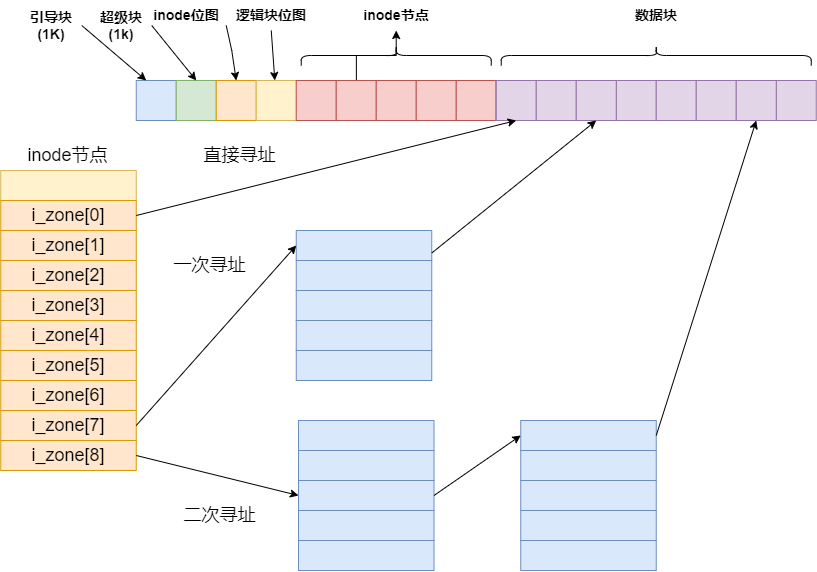
zgjsxx/static-img-repo keeps this draw.io diagram as blog/Linux/Linux-0.11-fs/inode_search_address.png. Above is the earlier version. Source tidied: cells renumbered, new cells last; positions are measured from the earlier drawing's top-left corner, leaving out a move shared by most shapes.
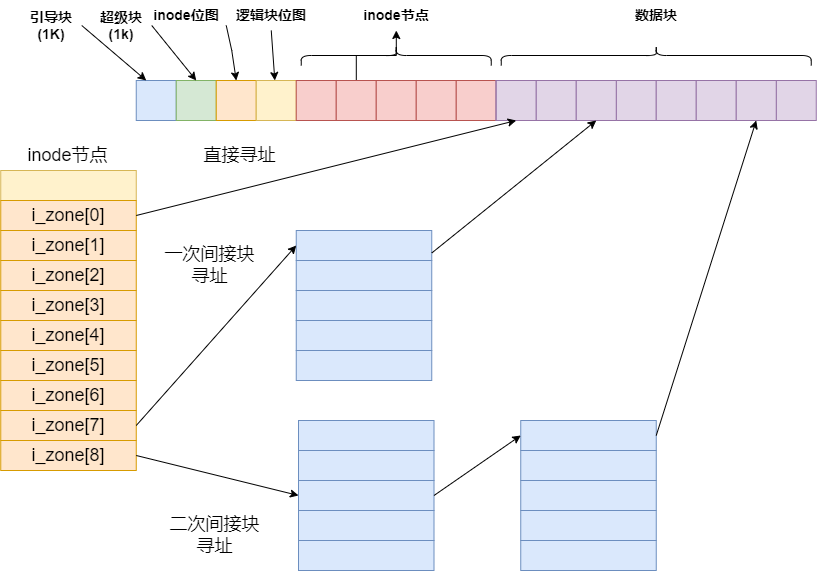
The same diagram one commit later.

The edit, as a diff of the source:
```diff
@@ -71,14 +71,14 @@
     <mxCell id="24" value="&lt;font style=&quot;font-size: 14px;&quot;&gt;&lt;b&gt;数据块&lt;/b&gt;&lt;/font&gt;" style="text;strokeColor=none;align=center;fillColor=none;html=1;verticalAlign=middle;whiteSpace=wrap;rounded=0;" parent="1" vertex="1">
       <mxGeometry x="625.8" y="100" width="60" height="30" as="geometry" />
     </mxCell>
-    <mxCell id="25" style="endArrow=classic;html=1;rounded=0;entryX=0.5;entryY=0;entryDx=0;entryDy=0;exitX=1;exitY=0.5;exitDx=0;exitDy=0;" parent="1" edge="1" target="15">
-      <mxGeometry relative="1" as="geometry">
-        <mxPoint x="225.8" y="125" as="sourcePoint" />
-        <Array as="points">
-          <mxPoint x="231.2" y="150" />
-        </Array>
-      </mxGeometry>
-    </mxCell>
+    <mxCell id="74" style="endArrow=classic;html=1;rounded=0;entryX=0.5;entryY=0;entryDx=0;entryDy=0;exitX=1;exitY=0.5;exitDx=0;exitDy=0;" parent="1" edge="1" target="15">
+      <mxGeometry relative="1" as="geometry">
+        <mxPoint x="225.8" y="125" as="sourcePoint" />
+        <Array as="points">
+          <mxPoint x="231.2" y="150" />
+        </Array>
+      </mxGeometry>
+    </mxCell>
     <mxCell id="26" style="endArrow=classic;html=1;rounded=0;exitX=0.5;exitY=1;exitDx=0;exitDy=0;" parent="1" edge="1" source="22" target="16">
       <mxGeometry relative="1" as="geometry" />
     </mxCell>
@@ -103,39 +103,39 @@
     <mxCell id="33" style="shape=curlyBracket;whiteSpace=wrap;html=1;rounded=1;labelPosition=left;verticalLabelPosition=middle;align=right;verticalAlign=middle;rotation=90;" parent="1" vertex="1">
       <mxGeometry x="385.8" y="60" width="20" height="190" as="geometry" />
     </mxCell>
-    <mxCell id="34" style="rounded=0;whiteSpace=wrap;html=1;fillColor=#e1d5e7;strokeColor=#9673a6;" parent="1" vertex="1">
-      <mxGeometry x="495.8" y="180" width="40" height="40" as="geometry" />
-    </mxCell>
-    <mxCell id="35" style="rounded=0;whiteSpace=wrap;html=1;fillColor=#e1d5e7;strokeColor=#9673a6;" parent="1" vertex="1">
-      <mxGeometry x="535.8" y="180" width="40" height="40" as="geometry" />
-    </mxCell>
-    <mxCell id="36" style="rounded=0;whiteSpace=wrap;html=1;fillColor=#e1d5e7;strokeColor=#9673a6;" parent="1" vertex="1">
-      <mxGeometry x="575.8" y="180" width="40" height="40" as="geometry" />
-    </mxCell>
+    <mxCell id="75" style="rounded=0;whiteSpace=wrap;html=1;fillColor=#e1d5e7;strokeColor=#9673a6;" parent="1" vertex="1">
+      <mxGeometry x="495.8" y="180" width="40" height="40" as="geometry" />
+    </mxCell>
+    <mxCell id="76" style="rounded=0;whiteSpace=wrap;html=1;fillColor=#e1d5e7;strokeColor=#9673a6;" parent="1" vertex="1">
+      <mxGeometry x="535.8" y="180" width="40" height="40" as="geometry" />
+    </mxCell>
+    <mxCell id="77" style="rounded=0;whiteSpace=wrap;html=1;fillColor=#e1d5e7;strokeColor=#9673a6;" parent="1" vertex="1">
+      <mxGeometry x="575.8" y="180" width="40" height="40" as="geometry" />
+    </mxCell>
     <mxCell id="37" style="rounded=0;whiteSpace=wrap;html=1;fillColor=#e1d5e7;strokeColor=#9673a6;" parent="1" vertex="1">
       <mxGeometry x="615.8" y="180" width="40" height="40" as="geometry" />
     </mxCell>
-    <mxCell id="38" style="rounded=0;whiteSpace=wrap;html=1;fillColor=#e1d5e7;strokeColor=#9673a6;" parent="1" vertex="1">
-      <mxGeometry x="495.8" y="180" width="40" height="40" as="geometry" />
-    </mxCell>
-    <mxCell id="39" style="rounded=0;whiteSpace=wrap;html=1;fillColor=#e1d5e7;strokeColor=#9673a6;" parent="1" vertex="1">
-      <mxGeometry x="535.8" y="180" width="40" height="40" as="geometry" />
-    </mxCell>
-    <mxCell id="40" style="rounded=0;whiteSpace=wrap;html=1;fillColor=#e1d5e7;strokeColor=#9673a6;" parent="1" vertex="1">
-      <mxGeometry x="495.8" y="180" width="40" height="40" as="geometry" />
-    </mxCell>
-    <mxCell id="41" style="rounded=0;whiteSpace=wrap;html=1;fillColor=#e1d5e7;strokeColor=#9673a6;" parent="1" vertex="1">
-      <mxGeometry x="535.8" y="180" width="40" height="40" as="geometry" />
-    </mxCell>
-    <mxCell id="42" style="rounded=0;whiteSpace=wrap;html=1;fillColor=#e1d5e7;strokeColor=#9673a6;" parent="1" vertex="1">
-      <mxGeometry x="495.8" y="180" width="40" height="40" as="geometry" />
-    </mxCell>
-    <mxCell id="43" style="rounded=0;whiteSpace=wrap;html=1;fillColor=#e1d5e7;strokeColor=#9673a6;" parent="1" vertex="1">
-      <mxGeometry x="535.8" y="180" width="40" height="40" as="geometry" />
-    </mxCell>
-    <mxCell id="44" style="rounded=0;whiteSpace=wrap;html=1;fillColor=#e1d5e7;strokeColor=#9673a6;" parent="1" vertex="1">
-      <mxGeometry x="575.8" y="180" width="40" height="40" as="geometry" />
-    </mxCell>
+    <mxCell id="78" style="rounded=0;whiteSpace=wrap;html=1;fillColor=#e1d5e7;strokeColor=#9673a6;" parent="1" vertex="1">
+      <mxGeometry x="495.8" y="180" width="40" height="40" as="geometry" />
+    </mxCell>
+    <mxCell id="79" style="rounded=0;whiteSpace=wrap;html=1;fillColor=#e1d5e7;strokeColor=#9673a6;" parent="1" vertex="1">
+      <mxGeometry x="535.8" y="180" width="40" height="40" as="geometry" />
+    </mxCell>
+    <mxCell id="80" style="rounded=0;whiteSpace=wrap;html=1;fillColor=#e1d5e7;strokeColor=#9673a6;" parent="1" vertex="1">
+      <mxGeometry x="495.8" y="180" width="40" height="40" as="geometry" />
+    </mxCell>
+    <mxCell id="81" style="rounded=0;whiteSpace=wrap;html=1;fillColor=#e1d5e7;strokeColor=#9673a6;" parent="1" vertex="1">
+      <mxGeometry x="535.8" y="180" width="40" height="40" as="geometry" />
+    </mxCell>
+    <mxCell id="82" style="rounded=0;whiteSpace=wrap;html=1;fillColor=#e1d5e7;strokeColor=#9673a6;" parent="1" vertex="1">
+      <mxGeometry x="495.8" y="180" width="40" height="40" as="geometry" />
+    </mxCell>
+    <mxCell id="83" style="rounded=0;whiteSpace=wrap;html=1;fillColor=#e1d5e7;strokeColor=#9673a6;" parent="1" vertex="1">
+      <mxGeometry x="535.8" y="180" width="40" height="40" as="geometry" />
+    </mxCell>
+    <mxCell id="84" style="rounded=0;whiteSpace=wrap;html=1;fillColor=#e1d5e7;strokeColor=#9673a6;" parent="1" vertex="1">
+      <mxGeometry x="575.8" y="180" width="40" height="40" as="geometry" />
+    </mxCell>
     <mxCell id="45" style="rounded=0;whiteSpace=wrap;html=1;fillColor=#e1d5e7;strokeColor=#9673a6;" parent="1" vertex="1">
       <mxGeometry x="775.8" y="180" width="40" height="40" as="geometry" />
     </mxCell>
@@ -151,9 +151,9 @@
     <mxCell id="49" style="shape=curlyBracket;whiteSpace=wrap;html=1;rounded=1;labelPosition=left;verticalLabelPosition=middle;align=right;verticalAlign=middle;rotation=90;" parent="1" vertex="1">
       <mxGeometry x="645.8" width="20" height="310" as="geometry" />
     </mxCell>
-    <mxCell id="50" style="endArrow=classic;html=1;rounded=0;fontSize=18;exitX=1;exitY=0.5;exitDx=0;exitDy=0;entryX=0.5;entryY=1;entryDx=0;entryDy=0;" parent="1" edge="1" source="4" target="42">
-      <mxGeometry relative="1" as="geometry" />
-    </mxCell>
+    <mxCell id="85" style="endArrow=classic;html=1;rounded=0;fontSize=18;exitX=1;exitY=0.5;exitDx=0;exitDy=0;entryX=0.5;entryY=1;entryDx=0;entryDy=0;" parent="1" edge="1" source="4" target="82">
+      <mxGeometry relative="1" as="geometry" />
+    </mxCell>
     <mxCell id="51" style="rounded=0;whiteSpace=wrap;html=1;fontSize=18;fillColor=#dae8fc;strokeColor=#6c8ebf;" parent="1" vertex="1">
       <mxGeometry x="295.8" y="330" width="135.5" height="30" as="geometry" />
     </mxCell>
@@ -172,9 +172,9 @@
     <mxCell id="56" style="endArrow=classic;html=1;rounded=0;fontSize=18;exitX=1;exitY=0.5;exitDx=0;exitDy=0;entryX=0;entryY=0.5;entryDx=0;entryDy=0;" parent="1" edge="1" source="11" target="51">
       <mxGeometry relative="1" as="geometry" />
     </mxCell>
-    <mxCell id="57" style="endArrow=classic;html=1;rounded=0;fontSize=18;exitX=1;exitY=0.75;exitDx=0;exitDy=0;entryX=0.5;entryY=1;entryDx=0;entryDy=0;" parent="1" edge="1" source="51" target="44">
-      <mxGeometry relative="1" as="geometry" />
-    </mxCell>
+    <mxCell id="86" style="endArrow=classic;html=1;rounded=0;fontSize=18;exitX=1;exitY=0.75;exitDx=0;exitDy=0;entryX=0.5;entryY=1;entryDx=0;entryDy=0;" parent="1" edge="1" source="51" target="84">
+      <mxGeometry relative="1" as="geometry" />
+    </mxCell>
     <mxCell id="58" style="endArrow=classic;html=1;rounded=0;fontSize=18;exitX=1;exitY=0.5;exitDx=0;exitDy=0;entryX=0;entryY=0.5;entryDx=0;entryDy=0;" parent="1" edge="1" source="12" target="61">
       <mxGeometry relative="1" as="geometry" />
     </mxCell>
@@ -217,11 +217,11 @@
     <mxCell id="71" value="直接寻址" style="text;strokeColor=none;align=center;fillColor=none;html=1;verticalAlign=middle;whiteSpace=wrap;rounded=0;fontSize=18;" parent="1" vertex="1">
       <mxGeometry x="188.5" y="240" width="100.5" height="30" as="geometry" />
     </mxCell>
-    <mxCell id="72" value="一次寻址" style="text;strokeColor=none;align=center;fillColor=none;html=1;verticalAlign=middle;whiteSpace=wrap;rounded=0;fontSize=18;" parent="1" vertex="1">
-      <mxGeometry x="158.5" y="350" width="100.5" height="30" as="geometry" />
-    </mxCell>
-    <mxCell id="73" value="二次寻址" style="text;strokeColor=none;align=center;fillColor=none;html=1;verticalAlign=middle;whiteSpace=wrap;rounded=0;fontSize=18;" parent="1" vertex="1">
-      <mxGeometry x="168.5" y="600" width="100.5" height="30" as="geometry" />
-    </mxCell>
+    <mxCell id="87" value="一次间接块寻址" style="text;strokeColor=none;align=center;fillColor=none;html=1;verticalAlign=middle;whiteSpace=wrap;rounded=0;fontSize=18;" parent="1" vertex="1">
+      <mxGeometry x="158.5" y="350" width="100.5" height="30" as="geometry" />
+    </mxCell>
+    <mxCell id="88" value="二次间接块寻址" style="text;strokeColor=none;align=center;fillColor=none;html=1;verticalAlign=middle;whiteSpace=wrap;rounded=0;fontSize=18;" parent="1" vertex="1">
+      <mxGeometry x="163.5" y="620" width="100.5" height="30" as="geometry" />
+    </mxCell>
   </root>
 </mxGraphModel>
```
